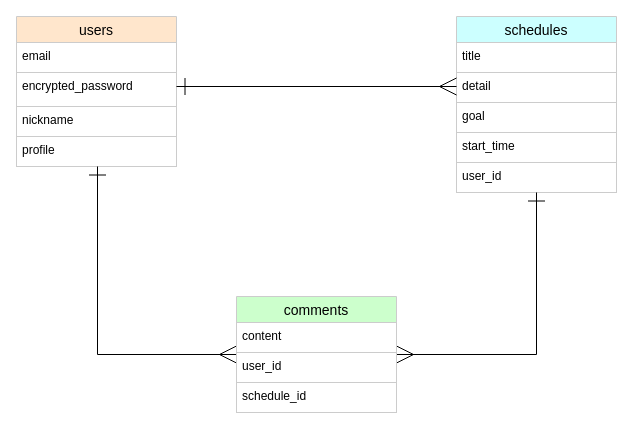
Before: test.dio in Btakizawa18/schema-40010, a draw.io diagram. Source tidied: cells renumbered, new cells numbered last; positions are measured from the earlier drawing's top-left corner, leaving out a move shared by most shapes. Both pictures are drawn from the tidied source at 100%, with x=0, y=0 at pixel (16, 16).
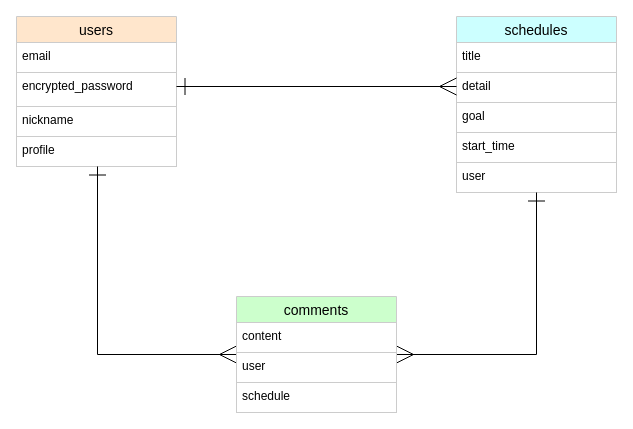
Above is the later version.

Unchanged cells that the change refers to:
```xml
<mxCell id="7" value="schedules" style="swimlane;fontStyle=0;horizontal=1;startSize=26;align=center;fontSize=14;strokeColor=#CCCCCC;fontColor=#000000;fillColor=#CCFFFF;gradientColor=none;" parent="1" vertex="1">
  <mxGeometry x="440" width="160" height="176" as="geometry" />
</mxCell>
<mxCell id="15" value="comments" style="swimlane;fontStyle=0;horizontal=1;startSize=26;align=center;fontSize=14;strokeColor=#CCCCCC;fontColor=#000000;fillColor=#CCFFCC;" parent="1" vertex="1">
  <mxGeometry x="220" y="280" width="160" height="116" as="geometry" />
</mxCell>
```

What changed in the source:
```diff
@@
-    <mxCell id="12" value="user_id" style="text;strokeColor=#CCCCCC;fillColor=#FFFFFF;spacingLeft=4;spacingRight=4;overflow=hidden;fontSize=12;fontColor=#000000;" parent="7" vertex="1">
+    <mxCell id="12" value="user" style="text;strokeColor=#CCCCCC;fillColor=#FFFFFF;spacingLeft=4;spacingRight=4;overflow=hidden;fontSize=12;fontColor=#000000;" parent="7" vertex="1">
       <mxGeometry y="146" width="160" height="30" as="geometry" />
     </mxCell>
@@
-    <mxCell id="17" value="user_id" style="text;strokeColor=#CCCCCC;fillColor=#FFFFFF;spacingLeft=4;spacingRight=4;overflow=hidden;fontSize=12;fontColor=#000000;" parent="15" vertex="1">
+    <mxCell id="17" value="user" style="text;strokeColor=#CCCCCC;fillColor=#FFFFFF;spacingLeft=4;spacingRight=4;overflow=hidden;fontSize=12;fontColor=#000000;" parent="15" vertex="1">
       <mxGeometry y="56" width="160" height="30" as="geometry" />
     </mxCell>
-    <mxCell id="18" value="schedule_id" style="text;strokeColor=#CCCCCC;fillColor=#FFFFFF;spacingLeft=4;spacingRight=4;overflow=hidden;fontSize=12;fontColor=#000000;" parent="15" vertex="1">
+    <mxCell id="18" value="schedule" style="text;strokeColor=#CCCCCC;fillColor=#FFFFFF;spacingLeft=4;spacingRight=4;overflow=hidden;fontSize=12;fontColor=#000000;" parent="15" vertex="1">
       <mxGeometry y="86" width="160" height="30" as="geometry" />
     </mxCell>
```
